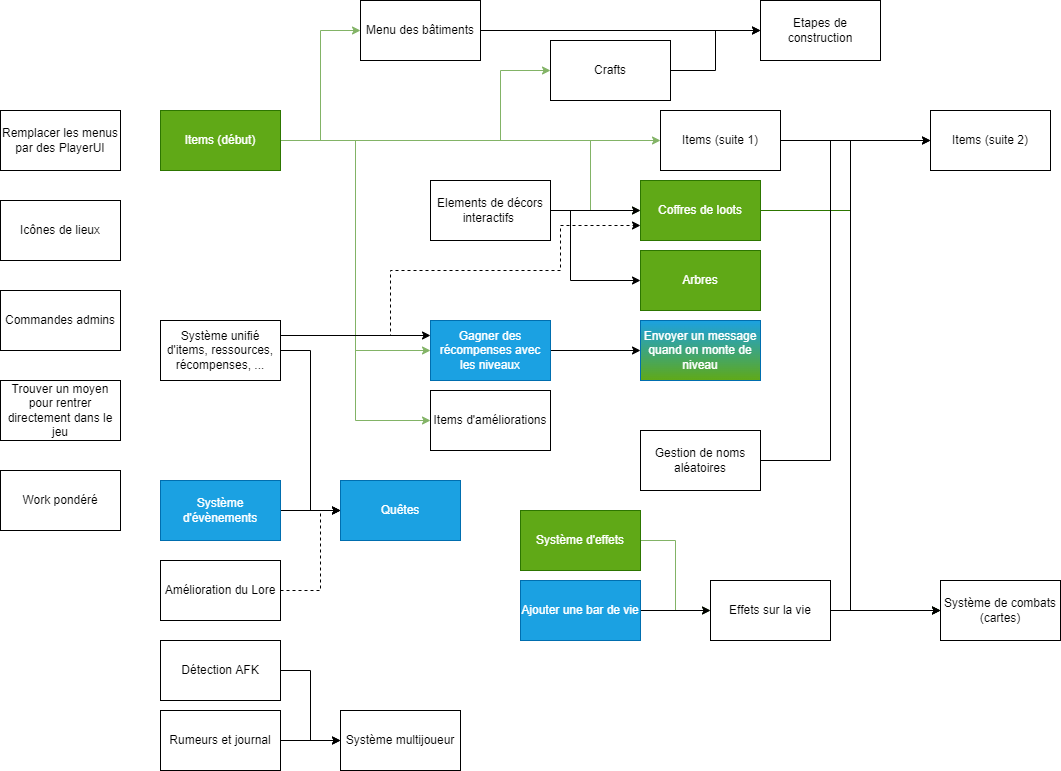
Earlier version of the draw.io export todo_graph.png (Alexiscomete/A-Discord-Adventure). Source tidied: cells renumbered, new cells last; positions are measured from the earlier drawing's top-left corner, leaving out a move shared by most shapes. Its diagram source:
```xml
<mxGraphModel>
  <root>
    <mxCell id="0" />
    <mxCell id="1" parent="0" />
    <mxCell id="2" style="edgeStyle=orthogonalEdgeStyle;rounded=0;jettySize=auto;html=1;exitX=1;exitY=0.5;exitDx=0;exitDy=0;entryX=0;entryY=0.5;entryDx=0;entryDy=0;" parent="1" edge="1" source="3" target="26">
      <mxGeometry relative="1" as="geometry" />
    </mxCell>
    <mxCell id="3" value="Menu des bâtiments" style="whiteSpace=wrap;html=1;" parent="1" vertex="1">
      <mxGeometry x="360" width="120" height="60" as="geometry" />
    </mxCell>
    <mxCell id="4" style="edgeStyle=orthogonalEdgeStyle;rounded=0;jettySize=auto;html=1;exitX=1;exitY=0.5;exitDx=0;exitDy=0;entryX=0;entryY=0.5;entryDx=0;entryDy=0;fillColor=#d5e8d4;strokeColor=#82b366;" parent="1" edge="1" source="10" target="3">
      <mxGeometry relative="1" as="geometry" />
    </mxCell>
    <mxCell id="5" style="edgeStyle=orthogonalEdgeStyle;rounded=0;jettySize=auto;html=1;exitX=1;exitY=0.5;exitDx=0;exitDy=0;entryX=0;entryY=0.5;entryDx=0;entryDy=0;fillColor=#d5e8d4;strokeColor=#82b366;" parent="1" edge="1" source="10" target="16">
      <mxGeometry relative="1" as="geometry">
        <Array as="points">
          <mxPoint x="590" y="140" />
          <mxPoint x="590" y="210" />
        </Array>
      </mxGeometry>
    </mxCell>
    <mxCell id="6" style="edgeStyle=orthogonalEdgeStyle;rounded=0;jettySize=auto;html=1;exitX=1;exitY=0.5;exitDx=0;exitDy=0;fillColor=#d5e8d4;strokeColor=#82b366;" parent="1" edge="1" source="10" target="19">
      <mxGeometry relative="1" as="geometry" />
    </mxCell>
    <mxCell id="7" style="edgeStyle=orthogonalEdgeStyle;rounded=0;jettySize=auto;html=1;exitX=1;exitY=0.5;exitDx=0;exitDy=0;entryX=0;entryY=0.5;entryDx=0;entryDy=0;fillColor=#d5e8d4;strokeColor=#82b366;" parent="1" edge="1" source="10" target="25">
      <mxGeometry relative="1" as="geometry">
        <Array as="points">
          <mxPoint x="500" y="140" />
          <mxPoint x="500" y="70" />
        </Array>
      </mxGeometry>
    </mxCell>
    <mxCell id="8" style="edgeStyle=orthogonalEdgeStyle;rounded=0;jettySize=auto;html=1;exitX=1;exitY=0.5;exitDx=0;exitDy=0;entryX=0;entryY=0.5;entryDx=0;entryDy=0;fillColor=#d5e8d4;strokeColor=#82b366;" parent="1" edge="1" source="10" target="36">
      <mxGeometry relative="1" as="geometry" />
    </mxCell>
    <mxCell id="9" style="edgeStyle=orthogonalEdgeStyle;rounded=0;jettySize=auto;html=1;exitX=1;exitY=0.5;exitDx=0;exitDy=0;entryX=0;entryY=0.5;entryDx=0;entryDy=0;fillColor=#d5e8d4;strokeColor=#82b366;" parent="1" edge="1" source="10" target="41">
      <mxGeometry relative="1" as="geometry" />
    </mxCell>
    <mxCell id="10" value="Items (début)" style="whiteSpace=wrap;html=1;fillColor=#60a917;strokeColor=#2D7600;fontColor=#ffffff;" parent="1" vertex="1">
      <mxGeometry x="160" y="110" width="120" height="60" as="geometry" />
    </mxCell>
    <mxCell id="11" value="Icônes de lieux" style="whiteSpace=wrap;html=1;" parent="1" vertex="1">
      <mxGeometry y="200" width="120" height="60" as="geometry" />
    </mxCell>
    <mxCell id="12" style="edgeStyle=orthogonalEdgeStyle;rounded=0;jettySize=auto;html=1;exitX=1;exitY=0.5;exitDx=0;exitDy=0;" parent="1" edge="1" source="14" target="16">
      <mxGeometry relative="1" as="geometry" />
    </mxCell>
    <mxCell id="13" style="edgeStyle=orthogonalEdgeStyle;rounded=0;jettySize=auto;html=1;exitX=1;exitY=0.5;exitDx=0;exitDy=0;entryX=0;entryY=0.5;entryDx=0;entryDy=0;" parent="1" edge="1" source="14" target="47">
      <mxGeometry relative="1" as="geometry">
        <Array as="points">
          <mxPoint x="570" y="210" />
          <mxPoint x="570" y="280" />
        </Array>
      </mxGeometry>
    </mxCell>
    <mxCell id="14" value="Elements de décors interactifs&amp;nbsp;" style="whiteSpace=wrap;html=1;" parent="1" vertex="1">
      <mxGeometry x="430" y="180" width="120" height="60" as="geometry" />
    </mxCell>
    <mxCell id="15" style="edgeStyle=orthogonalEdgeStyle;rounded=0;jettySize=auto;html=1;exitX=1;exitY=0.5;exitDx=0;exitDy=0;entryX=0;entryY=0.5;entryDx=0;entryDy=0;fillColor=#60a917;strokeColor=#2D7600;" parent="1" edge="1" source="16" target="40">
      <mxGeometry relative="1" as="geometry">
        <Array as="points">
          <mxPoint x="850" y="210" />
          <mxPoint x="850" y="610" />
        </Array>
      </mxGeometry>
    </mxCell>
    <mxCell id="16" value="Coffres de loots" style="whiteSpace=wrap;html=1;fillColor=#60a917;strokeColor=#2D7600;fontColor=#ffffff;" parent="1" vertex="1">
      <mxGeometry x="640" y="180" width="120" height="60" as="geometry" />
    </mxCell>
    <mxCell id="17" style="edgeStyle=orthogonalEdgeStyle;rounded=0;jettySize=auto;html=1;exitX=1;exitY=0.5;exitDx=0;exitDy=0;" parent="1" edge="1" source="19" target="29">
      <mxGeometry relative="1" as="geometry" />
    </mxCell>
    <mxCell id="18" style="edgeStyle=orthogonalEdgeStyle;rounded=0;jettySize=auto;html=1;exitX=1;exitY=0.5;exitDx=0;exitDy=0;entryX=0;entryY=0.5;entryDx=0;entryDy=0;" parent="1" edge="1" source="19" target="40">
      <mxGeometry relative="1" as="geometry">
        <Array as="points">
          <mxPoint x="850" y="140" />
          <mxPoint x="850" y="610" />
        </Array>
      </mxGeometry>
    </mxCell>
    <mxCell id="19" value="Items (suite 1)" style="whiteSpace=wrap;html=1;" parent="1" vertex="1">
      <mxGeometry x="660" y="110" width="120" height="60" as="geometry" />
    </mxCell>
    <mxCell id="20" style="edgeStyle=orthogonalEdgeStyle;rounded=0;jettySize=auto;html=1;exitX=1;exitY=0.5;exitDx=0;exitDy=0;entryX=0;entryY=0.5;entryDx=0;entryDy=0;fillColor=#d5e8d4;strokeColor=#82b366;" parent="1" edge="1" source="21" target="34">
      <mxGeometry relative="1" as="geometry" />
    </mxCell>
    <mxCell id="21" value="Système d'effets" style="whiteSpace=wrap;html=1;fillColor=#60a917;strokeColor=#2D7600;fontColor=#ffffff;" parent="1" vertex="1">
      <mxGeometry x="520" y="510" width="120" height="60" as="geometry" />
    </mxCell>
    <mxCell id="22" style="edgeStyle=orthogonalEdgeStyle;rounded=0;jettySize=auto;html=1;exitX=1;exitY=0.5;exitDx=0;exitDy=0;entryX=0;entryY=0.5;entryDx=0;entryDy=0;" parent="1" edge="1" source="23" target="51">
      <mxGeometry relative="1" as="geometry" />
    </mxCell>
    <mxCell id="23" value="Système d'évènements" style="whiteSpace=wrap;html=1;fillColor=#1ba1e2;strokeColor=#006EAF;fontColor=#ffffff;" parent="1" vertex="1">
      <mxGeometry x="160" y="480" width="120" height="60" as="geometry" />
    </mxCell>
    <mxCell id="24" style="edgeStyle=orthogonalEdgeStyle;rounded=0;jettySize=auto;html=1;exitX=1;exitY=0.5;exitDx=0;exitDy=0;entryX=0;entryY=0.5;entryDx=0;entryDy=0;" parent="1" edge="1" source="25" target="26">
      <mxGeometry relative="1" as="geometry" />
    </mxCell>
    <mxCell id="25" value="Crafts" style="whiteSpace=wrap;html=1;" parent="1" vertex="1">
      <mxGeometry x="550" y="40" width="120" height="60" as="geometry" />
    </mxCell>
    <mxCell id="26" value="Etapes de construction" style="whiteSpace=wrap;html=1;" parent="1" vertex="1">
      <mxGeometry x="760" width="120" height="60" as="geometry" />
    </mxCell>
    <mxCell id="27" style="edgeStyle=orthogonalEdgeStyle;rounded=0;jettySize=auto;html=1;exitX=1;exitY=0.5;exitDx=0;exitDy=0;entryX=0;entryY=0.5;entryDx=0;entryDy=0;" parent="1" edge="1" source="28" target="29">
      <mxGeometry relative="1" as="geometry">
        <Array as="points">
          <mxPoint x="830" y="460" />
          <mxPoint x="830" y="140" />
        </Array>
      </mxGeometry>
    </mxCell>
    <mxCell id="28" value="Gestion de noms aléatoires" style="whiteSpace=wrap;html=1;" parent="1" vertex="1">
      <mxGeometry x="640" y="430" width="120" height="60" as="geometry" />
    </mxCell>
    <mxCell id="29" value="Items (suite 2)" style="whiteSpace=wrap;html=1;" parent="1" vertex="1">
      <mxGeometry x="930" y="110" width="120" height="60" as="geometry" />
    </mxCell>
    <mxCell id="30" value="Remplacer les menus par des PlayerUI" style="whiteSpace=wrap;html=1;" parent="1" vertex="1">
      <mxGeometry y="110" width="120" height="60" as="geometry" />
    </mxCell>
    <mxCell id="31" style="edgeStyle=orthogonalEdgeStyle;rounded=0;jettySize=auto;html=1;exitX=1;exitY=0.5;exitDx=0;exitDy=0;entryX=0;entryY=0.5;entryDx=0;entryDy=0;" parent="1" edge="1" source="32" target="34">
      <mxGeometry relative="1" as="geometry" />
    </mxCell>
    <mxCell id="32" value="Ajouter une bar de vie" style="whiteSpace=wrap;html=1;fillColor=#1ba1e2;strokeColor=#006EAF;fontColor=#ffffff;" parent="1" vertex="1">
      <mxGeometry x="520" y="580" width="120" height="60" as="geometry" />
    </mxCell>
    <mxCell id="33" style="edgeStyle=orthogonalEdgeStyle;rounded=0;jettySize=auto;html=1;exitX=1;exitY=0.5;exitDx=0;exitDy=0;entryX=0;entryY=0.5;entryDx=0;entryDy=0;" parent="1" edge="1" source="34" target="40">
      <mxGeometry relative="1" as="geometry" />
    </mxCell>
    <mxCell id="34" value="Effets sur la vie" style="whiteSpace=wrap;html=1;" parent="1" vertex="1">
      <mxGeometry x="710" y="580" width="120" height="60" as="geometry" />
    </mxCell>
    <mxCell id="35" style="edgeStyle=orthogonalEdgeStyle;rounded=0;jettySize=auto;html=1;exitX=1;exitY=0.5;exitDx=0;exitDy=0;entryX=0;entryY=0.5;entryDx=0;entryDy=0;" parent="1" edge="1" source="36" target="37">
      <mxGeometry relative="1" as="geometry" />
    </mxCell>
    <mxCell id="36" value="Gagner des récompenses avec les niveaux" style="whiteSpace=wrap;html=1;fillColor=#1ba1e2;strokeColor=#006EAF;fontColor=#ffffff;" parent="1" vertex="1">
      <mxGeometry x="430" y="320" width="120" height="60" as="geometry" />
    </mxCell>
    <mxCell id="37" value="Envoyer un message quand on monte de niveau" style="whiteSpace=wrap;html=1;fillColor=#1ba1e2;strokeColor=#006EAF;fontColor=#ffffff;gradientColor=#60A917;gradientDirection=south;" parent="1" vertex="1">
      <mxGeometry x="640" y="320" width="120" height="60" as="geometry" />
    </mxCell>
    <mxCell id="38" value="Commandes admins" style="whiteSpace=wrap;html=1;" parent="1" vertex="1">
      <mxGeometry y="290" width="120" height="60" as="geometry" />
    </mxCell>
    <mxCell id="39" value="Trouver un moyen pour rentrer directement dans le jeu" style="whiteSpace=wrap;html=1;" parent="1" vertex="1">
      <mxGeometry y="380" width="120" height="60" as="geometry" />
    </mxCell>
    <mxCell id="40" value="Système de combats (cartes)" style="whiteSpace=wrap;html=1;" parent="1" vertex="1">
      <mxGeometry x="940" y="580" width="120" height="60" as="geometry" />
    </mxCell>
    <mxCell id="41" value="Items d'améliorations" style="whiteSpace=wrap;html=1;" parent="1" vertex="1">
      <mxGeometry x="430" y="390" width="120" height="60" as="geometry" />
    </mxCell>
    <mxCell id="42" style="edgeStyle=orthogonalEdgeStyle;rounded=0;jettySize=auto;html=1;exitX=1;exitY=0.5;exitDx=0;exitDy=0;entryX=0;entryY=0.5;entryDx=0;entryDy=0;" parent="1" edge="1" source="43" target="46">
      <mxGeometry relative="1" as="geometry" />
    </mxCell>
    <mxCell id="43" value="Détection AFK" style="whiteSpace=wrap;html=1;" parent="1" vertex="1">
      <mxGeometry x="160" y="640" width="120" height="60" as="geometry" />
    </mxCell>
    <mxCell id="44" style="edgeStyle=orthogonalEdgeStyle;rounded=0;jettySize=auto;html=1;exitX=1;exitY=0.5;exitDx=0;exitDy=0;entryX=0;entryY=0.5;entryDx=0;entryDy=0;" parent="1" edge="1" source="45" target="46">
      <mxGeometry relative="1" as="geometry" />
    </mxCell>
    <mxCell id="45" value="Rumeurs et journal" style="whiteSpace=wrap;html=1;" parent="1" vertex="1">
      <mxGeometry x="160" y="710" width="120" height="60" as="geometry" />
    </mxCell>
    <mxCell id="46" value="Système multijoueur" style="whiteSpace=wrap;html=1;" parent="1" vertex="1">
      <mxGeometry x="340" y="710" width="120" height="60" as="geometry" />
    </mxCell>
    <mxCell id="47" value="Arbres" style="whiteSpace=wrap;html=1;fillColor=#60A917;fontColor=#ffffff;strokeColor=#2D7600;" parent="1" vertex="1">
      <mxGeometry x="640" y="250" width="120" height="60" as="geometry" />
    </mxCell>
    <mxCell id="48" value="Work pondéré" style="whiteSpace=wrap;html=1;" parent="1" vertex="1">
      <mxGeometry y="470" width="120" height="60" as="geometry" />
    </mxCell>
    <mxCell id="49" style="edgeStyle=orthogonalEdgeStyle;rounded=0;jettySize=auto;html=1;exitX=1;exitY=0.5;exitDx=0;exitDy=0;entryX=0;entryY=0.5;entryDx=0;entryDy=0;dashed=1;" parent="1" edge="1" source="50" target="51">
      <mxGeometry relative="1" as="geometry">
        <Array as="points">
          <mxPoint x="320" y="590" />
          <mxPoint x="320" y="510" />
        </Array>
      </mxGeometry>
    </mxCell>
    <mxCell id="50" value="Amélioration du Lore" style="whiteSpace=wrap;html=1;" parent="1" vertex="1">
      <mxGeometry x="160" y="560" width="120" height="60" as="geometry" />
    </mxCell>
    <mxCell id="51" value="Quêtes" style="whiteSpace=wrap;html=1;fillColor=#1ba1e2;strokeColor=#006EAF;fontColor=#ffffff;" parent="1" vertex="1">
      <mxGeometry x="340" y="480" width="120" height="60" as="geometry" />
    </mxCell>
    <mxCell id="52" style="edgeStyle=orthogonalEdgeStyle;rounded=0;jettySize=auto;html=1;exitX=1;exitY=0.25;exitDx=0;exitDy=0;entryX=0;entryY=0.25;entryDx=0;entryDy=0;" parent="1" edge="1" source="55" target="36">
      <mxGeometry relative="1" as="geometry" />
    </mxCell>
    <mxCell id="53" style="edgeStyle=orthogonalEdgeStyle;rounded=0;jettySize=auto;html=1;exitX=1;exitY=0.5;exitDx=0;exitDy=0;entryX=0;entryY=0.5;entryDx=0;entryDy=0;" parent="1" edge="1" source="55" target="51">
      <mxGeometry relative="1" as="geometry" />
    </mxCell>
    <mxCell id="54" style="edgeStyle=orthogonalEdgeStyle;rounded=0;jettySize=auto;html=1;exitX=1;exitY=0.25;exitDx=0;exitDy=0;entryX=0;entryY=0.75;entryDx=0;entryDy=0;dashed=1;" parent="1" edge="1" source="55" target="16">
      <mxGeometry relative="1" as="geometry">
        <Array as="points">
          <mxPoint x="390" y="335" />
          <mxPoint x="390" y="270" />
          <mxPoint x="560" y="270" />
          <mxPoint x="560" y="225" />
        </Array>
      </mxGeometry>
    </mxCell>
    <mxCell id="55" value="Système unifié d'items, ressources, récompenses, ..." style="whiteSpace=wrap;html=1;" parent="1" vertex="1">
      <mxGeometry x="160" y="320" width="120" height="60" as="geometry" />
    </mxCell>
  </root>
</mxGraphModel>
```
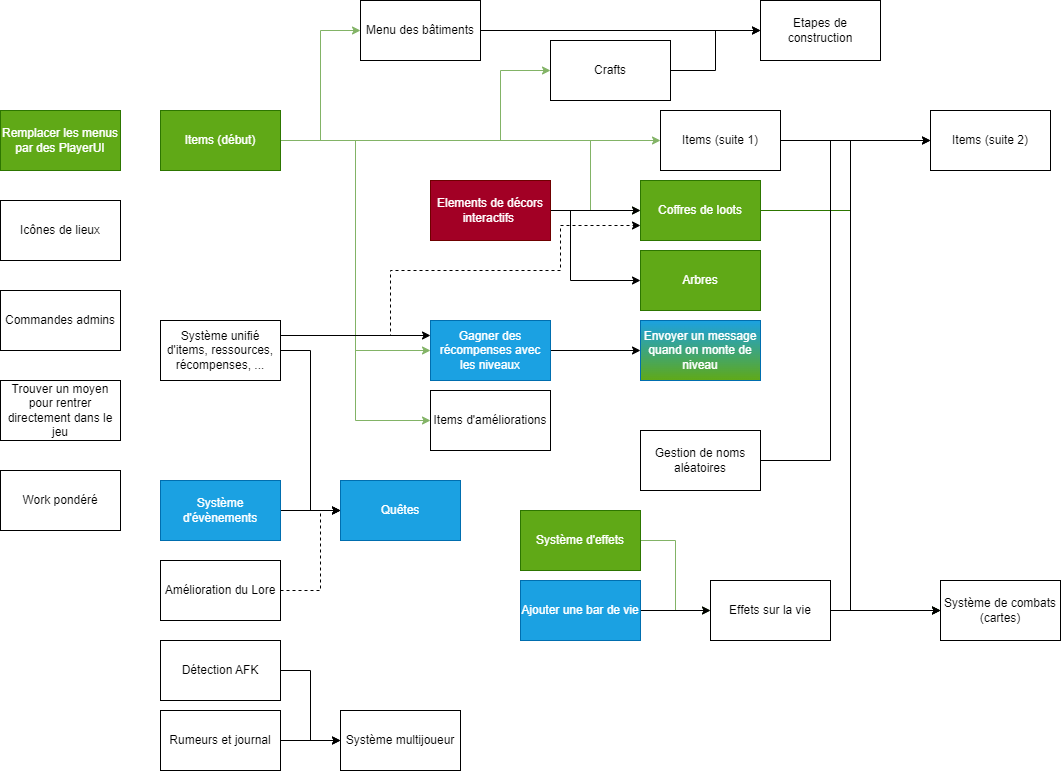
Later version of the same file.

What changed in the source:
```diff
@@ -53,7 +53,7 @@
         </Array>
       </mxGeometry>
     </mxCell>
-    <mxCell id="14" value="Elements de décors interactifs&amp;nbsp;" style="whiteSpace=wrap;html=1;" parent="1" vertex="1">
+    <mxCell id="14" value="Elements de décors interactifs&amp;nbsp;" style="whiteSpace=wrap;html=1;fillColor=#a20025;fontColor=#ffffff;strokeColor=#6F0000;" parent="1" vertex="1">
       <mxGeometry x="430" y="180" width="120" height="60" as="geometry" />
     </mxCell>
     <mxCell id="15" style="edgeStyle=orthogonalEdgeStyle;rounded=0;jettySize=auto;html=1;exitX=1;exitY=0.5;exitDx=0;exitDy=0;entryX=0;entryY=0.5;entryDx=0;entryDy=0;fillColor=#60a917;strokeColor=#2D7600;" parent="1" edge="1" source="16" target="40">
@@ -116,7 +116,7 @@
     <mxCell id="29" value="Items (suite 2)" style="whiteSpace=wrap;html=1;" parent="1" vertex="1">
       <mxGeometry x="930" y="110" width="120" height="60" as="geometry" />
     </mxCell>
-    <mxCell id="30" value="Remplacer les menus par des PlayerUI" style="whiteSpace=wrap;html=1;" parent="1" vertex="1">
+    <mxCell id="30" value="Remplacer les menus par des PlayerUI" style="whiteSpace=wrap;html=1;fillColor=#60a917;fontColor=#ffffff;strokeColor=#2D7600;" parent="1" vertex="1">
       <mxGeometry y="110" width="120" height="60" as="geometry" />
     </mxCell>
     <mxCell id="31" style="edgeStyle=orthogonalEdgeStyle;rounded=0;jettySize=auto;html=1;exitX=1;exitY=0.5;exitDx=0;exitDy=0;entryX=0;entryY=0.5;entryDx=0;entryDy=0;" parent="1" edge="1" source="32" target="34">
```
